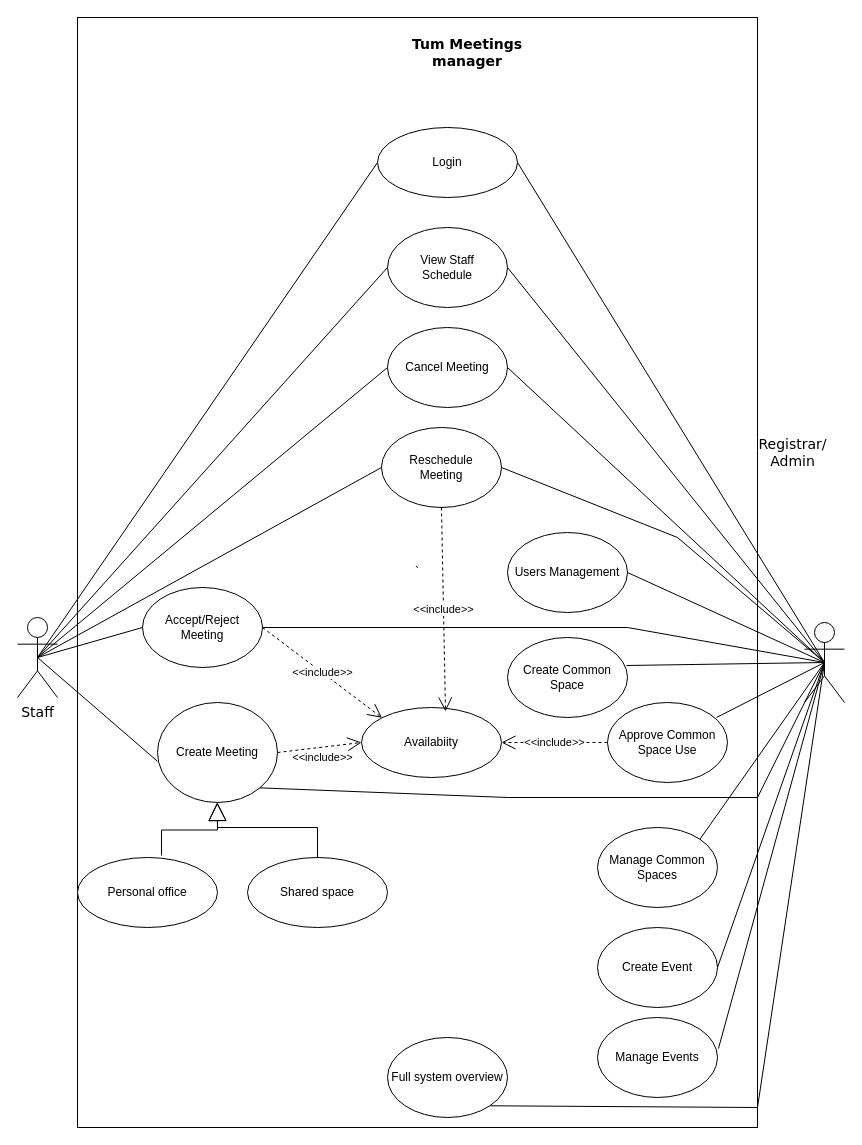
Earlier version of the draw.io diagram page "Page-2" (2 of 4) of Untitled Diagram.drawio (kiavin/auth_pages). Source tidied: cells renumbered, new cells numbered last; positions are measured from the earlier drawing's top-left corner, leaving out a move shared by most shapes. Both pictures are drawn from the tidied source at 100%, with x=0, y=0 at pixel (17, 17).
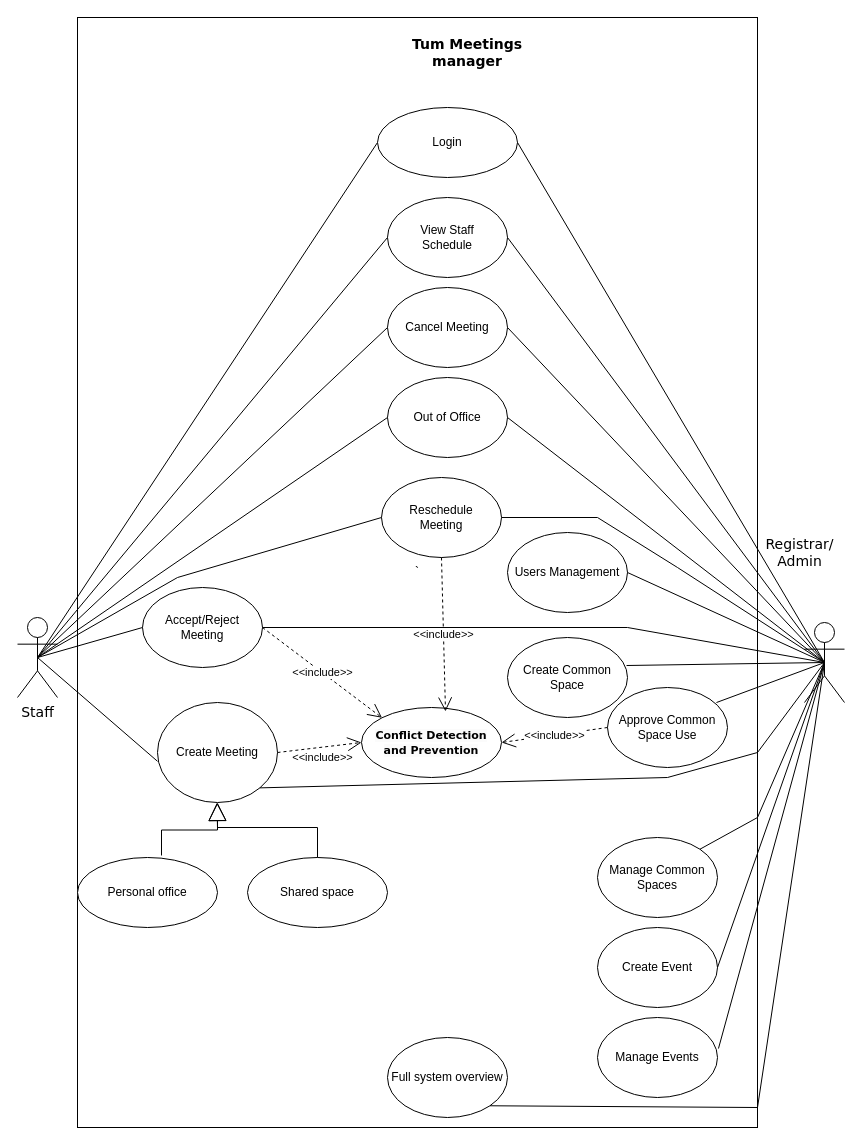
Above is the later version.

The change refers to these unchanged cells:
```xml
<mxCell id="3" value="&lt;font style=&quot;font-size: 14px;&quot; face=&quot;Verdana&quot;&gt;Staff&lt;/font&gt;" style="shape=umlActor;verticalLabelPosition=bottom;verticalAlign=top;html=1;outlineConnect=0;" parent="1" vertex="1">
  <mxGeometry y="600" width="40" height="80" as="geometry" />
</mxCell>
<mxCell id="4" style="shape=umlActor;verticalLabelPosition=bottom;verticalAlign=top;html=1;outlineConnect=0;" parent="1" vertex="1">
  <mxGeometry x="787" y="605" width="40" height="80" as="geometry" />
</mxCell>
<mxCell id="8" value="Create Meeting" style="ellipse;whiteSpace=wrap;html=1;" parent="1" vertex="1">
  <mxGeometry x="140" y="685" width="120" height="100" as="geometry" />
</mxCell>
```

What changed in the source:
```diff
@@
     <mxCell id="5" value="&lt;div&gt;View Staff&lt;br&gt;&lt;/div&gt;&lt;div&gt;Schedule&lt;br&gt;&lt;/div&gt;" style="ellipse;whiteSpace=wrap;html=1;" parent="1" vertex="1">
-      <mxGeometry x="370" y="210" width="120" height="80" as="geometry" />
+      <mxGeometry x="370" y="180" width="120" height="80" as="geometry" />
     </mxCell>
     <mxCell id="6" value="Cancel Meeting" style="ellipse;whiteSpace=wrap;html=1;" parent="1" vertex="1">
-      <mxGeometry x="370" y="310" width="120" height="80" as="geometry" />
+      <mxGeometry x="370" y="270" width="120" height="80" as="geometry" />
     </mxCell>
     <mxCell id="7" value="&lt;div&gt;Reschedule&lt;/div&gt;&lt;div&gt;Meeting&lt;br&gt;&lt;/div&gt;" style="ellipse;whiteSpace=wrap;html=1;" parent="1" vertex="1">
-      <mxGeometry x="364" y="410" width="120" height="80" as="geometry" />
+      <mxGeometry x="364" y="460" width="120" height="80" as="geometry" />
     </mxCell>
@@
     <mxCell id="10" value="&lt;div&gt;Approve Common&lt;/div&gt;&lt;div&gt;Space Use&lt;br&gt;&lt;/div&gt;" style="ellipse;whiteSpace=wrap;html=1;" parent="1" vertex="1">
-      <mxGeometry x="590" y="685" width="120" height="80" as="geometry" />
+      <mxGeometry x="590" y="670" width="120" height="80" as="geometry" />
     </mxCell>
@@
     <mxCell id="13" value="Manage Common Spaces" style="ellipse;whiteSpace=wrap;html=1;" parent="1" vertex="1">
-      <mxGeometry x="580" y="810" width="120" height="80" as="geometry" />
+      <mxGeometry x="580" y="820" width="120" height="80" as="geometry" />
     </mxCell>
@@
     <mxCell id="15" style="endArrow=none;html=1;rounded=0;exitX=0.5;exitY=0.5;exitDx=0;exitDy=0;exitPerimeter=0;entryX=0;entryY=0.5;entryDx=0;entryDy=0;" parent="1" edge="1" source="3" target="7">
-      <mxGeometry relative="1" as="geometry" />
+      <mxGeometry relative="1" as="geometry">
+        <Array as="points">
+          <mxPoint x="160" y="560" />
+        </Array>
+      </mxGeometry>
     </mxCell>
@@
     <mxCell id="20" style="endArrow=none;html=1;rounded=0;exitX=0.5;exitY=0.5;exitDx=0;exitDy=0;exitPerimeter=0;entryX=1;entryY=0;entryDx=0;entryDy=0;" parent="1" edge="1" source="4" target="13">
-      <mxGeometry relative="1" as="geometry" />
+      <mxGeometry relative="1" as="geometry">
+        <Array as="points">
+          <mxPoint x="740" y="800" />
+        </Array>
+      </mxGeometry>
     </mxCell>
@@
-    <mxCell id="25" value="Availabiity" style="ellipse;whiteSpace=wrap;html=1;" parent="1" vertex="1">
+    <mxCell id="25" value="&lt;font style=&quot;font-size: 11px;&quot;&gt;&lt;b&gt;&lt;span style=&quot;color: rgb(0, 0, 0); font-family: Verdana; font-style: normal; font-variant-ligatures: normal; font-variant-caps: normal; letter-spacing: normal; text-align: center; text-indent: 0px; text-transform: none; word-spacing: 0px; -webkit-text-stroke-width: 0px; white-space: normal; background-color: rgb(251, 251, 251); text-decoration-thickness: initial; text-decoration-style: initial; text-decoration-color: initial; display: inline !important; float: none;&quot;&gt;Conflict Detection and Prevention&lt;/span&gt;&lt;/b&gt;&lt;/font&gt;" style="ellipse;whiteSpace=wrap;html=1;" parent="1" vertex="1">
       <mxGeometry x="344" y="690" width="140" height="70" as="geometry" />
     </mxCell>
@@
     <mxCell id="27" value="Login" style="ellipse;whiteSpace=wrap;html=1;" parent="1" vertex="1">
-      <mxGeometry x="360" y="110" width="140" height="70" as="geometry" />
+      <mxGeometry x="360" y="90" width="140" height="70" as="geometry" />
     </mxCell>
@@
     <mxCell id="35" style="endArrow=none;html=1;rounded=0;exitX=1;exitY=0.5;exitDx=0;exitDy=0;entryX=0.5;entryY=0.5;entryDx=0;entryDy=0;entryPerimeter=0;" parent="1" edge="1" source="7" target="4">
       <mxGeometry relative="1" as="geometry">
         <Array as="points">
-          <mxPoint x="660" y="520" />
+          <mxPoint x="580" y="500" />
+          <mxPoint x="660" y="550" />
         </Array>
       </mxGeometry>
     </mxCell>
     <mxCell id="36" style="endArrow=none;html=1;rounded=0;entryX=0.5;entryY=0.5;entryDx=0;entryDy=0;entryPerimeter=0;exitX=1;exitY=1;exitDx=0;exitDy=0;" parent="1" edge="1" source="8" target="4">
       <mxGeometry relative="1" as="geometry">
         <Array as="points">
-          <mxPoint x="490" y="780" />
-          <mxPoint x="740" y="780" />
+          <mxPoint x="650" y="760" />
+          <mxPoint x="740" y="735" />
         </Array>
       </mxGeometry>
     </mxCell>
@@
     <mxCell id="41" value="&lt;div&gt;&lt;font style=&quot;font-size: 14px;&quot; face=&quot;Verdana&quot;&gt;Registrar/&lt;/font&gt;&lt;/div&gt;&lt;div&gt;&lt;font style=&quot;font-size: 14px;&quot; face=&quot;Verdana&quot;&gt;Admin&lt;/font&gt;&lt;/div&gt;" style="text;html=1;align=center;verticalAlign=middle;strokeColor=none;fillColor=none;" parent="1" vertex="1">
-      <mxGeometry x="730" y="410" width="90" height="50" as="geometry" />
+      <mxGeometry x="737" y="510" width="90" height="50" as="geometry" />
     </mxCell>
@@
+    <mxCell id="48" value="Out of Office" style="ellipse;whiteSpace=wrap;html=1;" parent="1" vertex="1">
+      <mxGeometry x="370" y="360" width="120" height="80" as="geometry" />
+    </mxCell>
+    <mxCell id="49" style="endArrow=none;html=1;rounded=0;entryX=0.5;entryY=0.5;entryDx=0;entryDy=0;entryPerimeter=0;exitX=1;exitY=0.5;exitDx=0;exitDy=0;" parent="1" edge="1" source="48" target="4">
+      <mxGeometry relative="1" as="geometry" />
+    </mxCell>
+    <mxCell id="50" style="endArrow=none;html=1;rounded=0;entryX=0;entryY=0.5;entryDx=0;entryDy=0;exitX=0.5;exitY=0.5;exitDx=0;exitDy=0;exitPerimeter=0;" parent="1" edge="1" source="3" target="48">
+      <mxGeometry relative="1" as="geometry" />
+    </mxCell>
```
